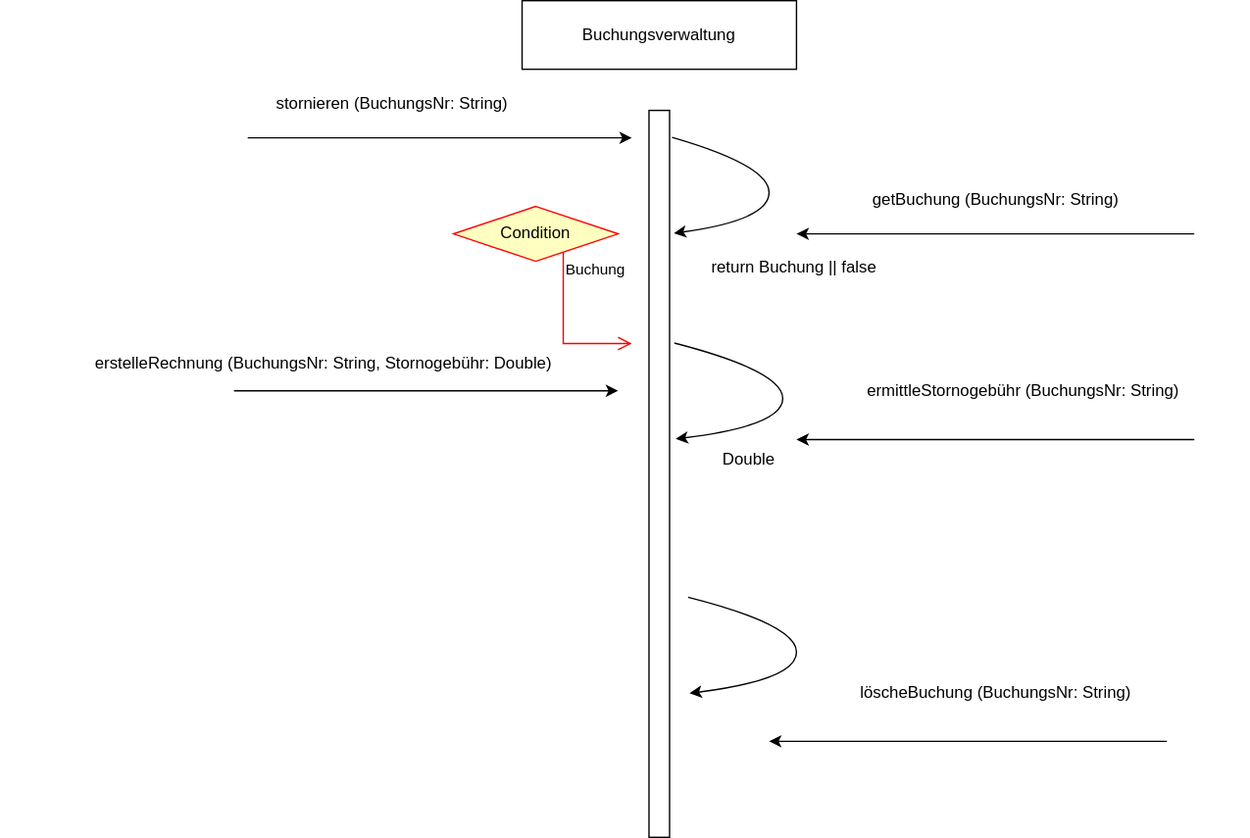
Above: Buchungsverwaltung.drawio.svg in IngoGutwin/diagrams (draw.io), before the change. Source tidied: cells renumbered, new cells last; positions are measured from the earlier drawing's top-left corner, leaving out a move shared by most shapes.
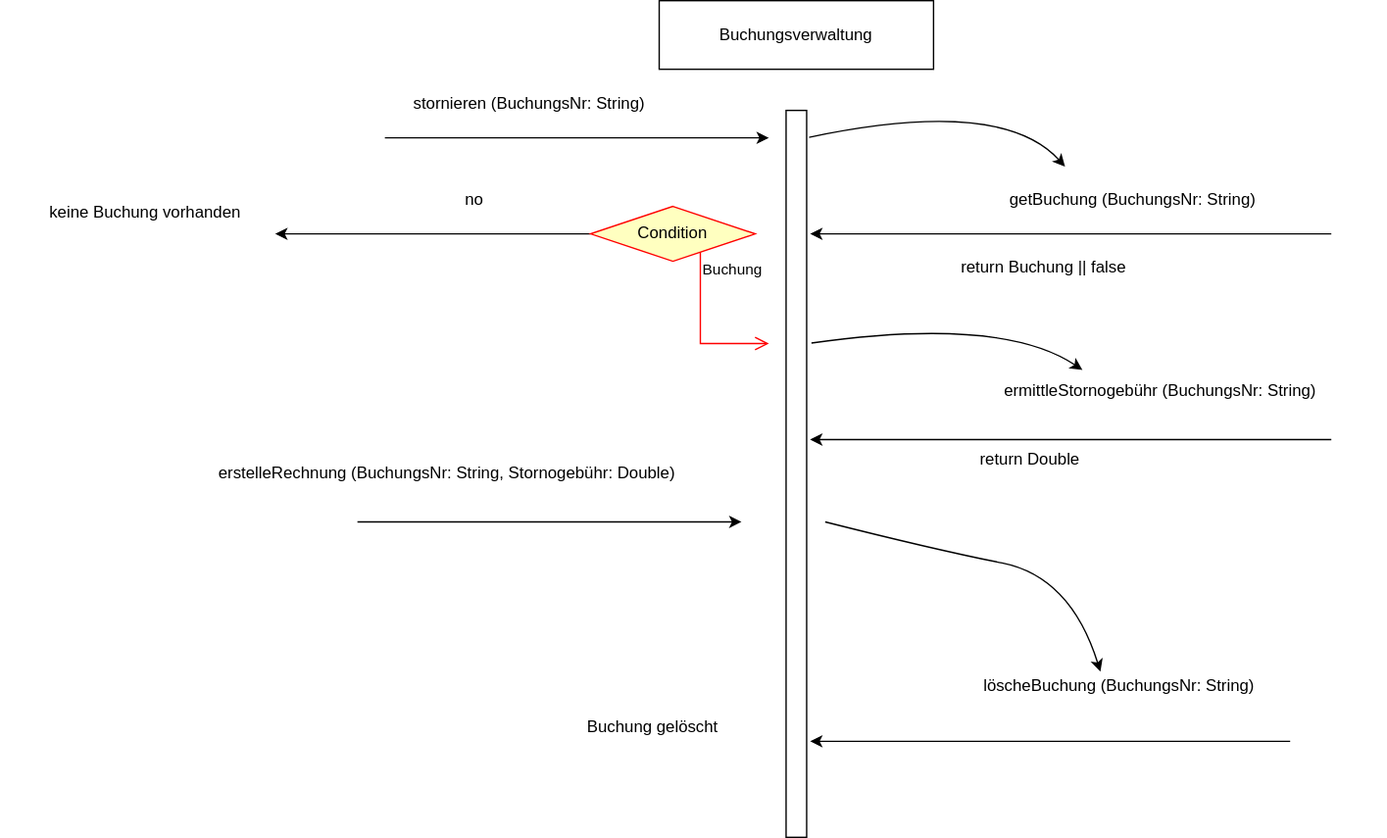
Above is the later version.

The edit, as a diff of the source:
```diff
@@ -17,23 +17,27 @@
     <mxCell id="5" value="stornieren (BuchungsNr: String)" style="text;html=1;align=center;verticalAlign=middle;strokeColor=none;fillColor=none;" parent="1" vertex="1">
       <mxGeometry x="160" y="60" width="250" height="30" as="geometry" />
     </mxCell>
-    <mxCell id="6" style="curved=1;endArrow=classic;html=1;rounded=0;exitX=1.119;exitY=0.037;exitDx=0;exitDy=0;exitPerimeter=0;entryX=1.206;entryY=0.169;entryDx=0;entryDy=0;entryPerimeter=0;" parent="1" edge="1" source="3" target="3">
+    <mxCell id="6" style="curved=1;endArrow=classic;html=1;rounded=0;exitX=1.119;exitY=0.037;exitDx=0;exitDy=0;exitPerimeter=0;entryX=0.311;entryY=-0.3;entryDx=0;entryDy=0;entryPerimeter=0;" parent="1" edge="1" source="3" target="8">
       <mxGeometry relative="1" as="geometry">
         <Array as="points">
-          <mxPoint x="560" y="120" />
-          <mxPoint x="560" y="160" />
+          <mxPoint x="630" y="70" />
         </Array>
       </mxGeometry>
     </mxCell>
     <mxCell id="7" style="endArrow=classic;html=1;rounded=0;" parent="1" edge="1">
       <mxGeometry relative="1" as="geometry">
         <mxPoint x="870" y="170" as="sourcePoint" />
-        <mxPoint x="580" y="170" as="targetPoint" />
+        <mxPoint x="490" y="170" as="targetPoint" />
       </mxGeometry>
     </mxCell>
     <mxCell id="8" value="getBuchung (BuchungsNr: String)" style="text;html=1;align=center;verticalAlign=middle;points=[];strokeColor=none;fillColor=none;" parent="1" vertex="1">
       <mxGeometry x="595" y="130" width="260" height="30" as="geometry" />
     </mxCell>
+    <mxCell id="21" style="edgeStyle=orthogonalEdgeStyle;rounded=0;jettySize=auto;html=1;exitX=0;exitY=0.5;exitDx=0;exitDy=0;" parent="1" edge="1" source="9">
+      <mxGeometry relative="1" as="geometry">
+        <mxPoint x="100" y="170" as="targetPoint" />
+      </mxGeometry>
+    </mxCell>
     <mxCell id="9" value="Condition" style="rhombus;whiteSpace=wrap;html=1;fontColor=#000000;fillColor=#ffffc0;strokeColor=#ff0000;" parent="1" vertex="1">
       <mxGeometry x="330" y="150" width="120" height="40" as="geometry" />
     </mxCell>
@@ -51,50 +55,60 @@
     <mxCell id="12" style="endArrow=classic;html=1;rounded=0;" parent="1" edge="1">
       <mxGeometry relative="1" as="geometry">
         <mxPoint x="870" y="320" as="sourcePoint" />
-        <mxPoint x="580" y="320" as="targetPoint" />
+        <mxPoint x="490" y="320" as="targetPoint" />
       </mxGeometry>
     </mxCell>
-    <mxCell id="13" style="curved=1;endArrow=classic;html=1;rounded=0;exitX=1.233;exitY=0.32;exitDx=0;exitDy=0;exitPerimeter=0;entryX=1.298;entryY=0.452;entryDx=0;entryDy=0;entryPerimeter=0;" parent="1" edge="1" source="3" target="3">
+    <mxCell id="13" style="curved=1;endArrow=classic;html=1;rounded=0;exitX=1.233;exitY=0.32;exitDx=0;exitDy=0;exitPerimeter=0;entryX=0.329;entryY=-0.025;entryDx=0;entryDy=0;entryPerimeter=0;" parent="1" edge="1" source="3" target="11">
       <mxGeometry relative="1" as="geometry">
         <Array as="points">
-          <mxPoint x="570" y="270" />
-          <mxPoint x="570" y="310" />
+          <mxPoint x="630" y="230" />
         </Array>
       </mxGeometry>
     </mxCell>
     <mxCell id="14" value="erstelleRechnung (BuchungsNr: String, Stornogebühr: Double)" style="text;html=1;align=center;verticalAlign=middle;strokeColor=none;fillColor=none;" parent="1" vertex="1">
-      <mxGeometry y="250" width="470" height="30" as="geometry" />
+      <mxGeometry x="-10" y="330" width="470" height="30" as="geometry" />
     </mxCell>
-    <mxCell id="15" value="Double" style="text;html=1;align=center;verticalAlign=middle;strokeColor=none;fillColor=none;" parent="1" vertex="1">
-      <mxGeometry x="510" y="320" width="70" height="30" as="geometry" />
+    <mxCell id="15" value="return Double" style="text;html=1;align=center;verticalAlign=middle;strokeColor=none;fillColor=none;" parent="1" vertex="1">
+      <mxGeometry x="590" y="320" width="120" height="30" as="geometry" />
     </mxCell>
     <mxCell id="16" value="return Buchung || false" style="text;html=1;align=center;verticalAlign=middle;strokeColor=none;fillColor=none;" parent="1" vertex="1">
-      <mxGeometry x="487.5" y="180" width="180" height="30" as="geometry" />
+      <mxGeometry x="570" y="180" width="180" height="30" as="geometry" />
     </mxCell>
     <mxCell id="17" style="endArrow=classic;html=1;rounded=0;" parent="1" edge="1">
       <mxGeometry relative="1" as="geometry">
-        <mxPoint x="170" y="284.4" as="sourcePoint" />
-        <mxPoint x="450" y="284.4" as="targetPoint" />
+        <mxPoint x="160" y="380" as="sourcePoint" />
+        <mxPoint x="440" y="380" as="targetPoint" />
+        <Array as="points">
+          <mxPoint x="300" y="380" />
+        </Array>
       </mxGeometry>
     </mxCell>
     <mxCell id="18" value="löscheBuchung (BuchungsNr: String)" style="text;html=1;align=center;verticalAlign=middle;points=[];strokeColor=none;fillColor=none;" parent="1" vertex="1">
-      <mxGeometry x="580" y="490" width="290" height="30" as="geometry" />
+      <mxGeometry x="570" y="485" width="290" height="30" as="geometry" />
     </mxCell>
     <mxCell id="19" style="endArrow=classic;html=1;rounded=0;" parent="1" edge="1">
       <mxGeometry relative="1" as="geometry">
-        <mxPoint x="850" y="540" as="sourcePoint" />
-        <mxPoint x="560" y="540" as="targetPoint" />
+        <mxPoint x="840" y="540" as="sourcePoint" />
+        <mxPoint x="490" y="540" as="targetPoint" />
       </mxGeometry>
     </mxCell>
-    <mxCell id="20" style="curved=1;endArrow=classic;html=1;rounded=0;exitX=1.233;exitY=0.32;exitDx=0;exitDy=0;exitPerimeter=0;entryX=1.298;entryY=0.452;entryDx=0;entryDy=0;entryPerimeter=0;" parent="1" edge="1">
+    <mxCell id="20" style="curved=1;endArrow=classic;html=1;rounded=0;exitX=1.233;exitY=0.32;exitDx=0;exitDy=0;exitPerimeter=0;entryX=0.454;entryY=0.141;entryDx=0;entryDy=0;entryPerimeter=0;" parent="1" edge="1" target="18">
       <mxGeometry relative="1" as="geometry">
-        <mxPoint x="501" y="435" as="sourcePoint" />
-        <mxPoint x="502" y="505" as="targetPoint" />
+        <mxPoint x="501" y="380" as="sourcePoint" />
         <Array as="points">
-          <mxPoint x="580" y="455" />
-          <mxPoint x="580" y="495" />
+          <mxPoint x="580" y="400" />
+          <mxPoint x="680" y="420" />
         </Array>
       </mxGeometry>
     </mxCell>
+    <mxCell id="22" value="Buchung gelöscht" style="text;html=1;align=center;verticalAlign=middle;strokeColor=none;fillColor=none;" parent="1" vertex="1">
+      <mxGeometry x="300" y="515" width="150" height="30" as="geometry" />
+    </mxCell>
+    <mxCell id="23" value="keine Buchung vorhanden" style="text;html=1;align=center;verticalAlign=middle;strokeColor=none;fillColor=none;" parent="1" vertex="1">
+      <mxGeometry x="-100" y="140" width="210" height="30" as="geometry" />
+    </mxCell>
+    <mxCell id="24" value="no" style="text;html=1;align=center;verticalAlign=middle;strokeColor=none;fillColor=none;" parent="1" vertex="1">
+      <mxGeometry x="225" y="130" width="40" height="30" as="geometry" />
+    </mxCell>
   </root>
 </mxGraphModel>
```
